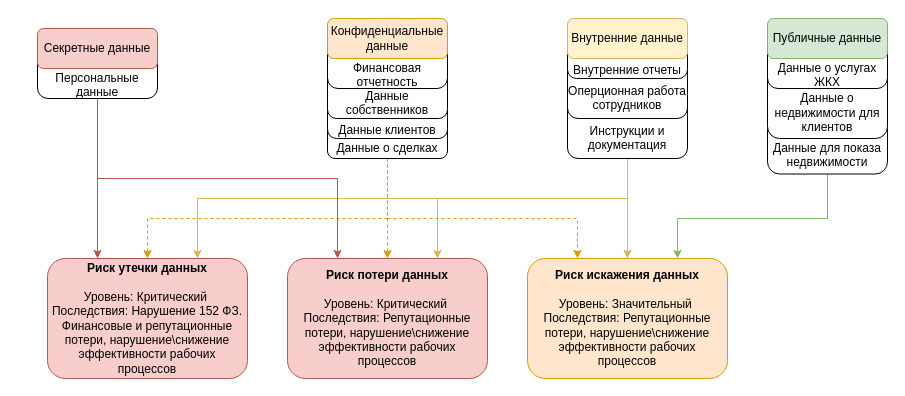
Before: Task1/diag.drawio in boooec/architecture-propdevelopment, a draw.io diagram. Source tidied: cells renumbered, new cells numbered last; positions are measured from the earlier drawing's top-left corner, leaving out a move shared by most shapes. Both pictures are drawn from the tidied source at 100%, with x=0, y=0 at pixel (37, 18).
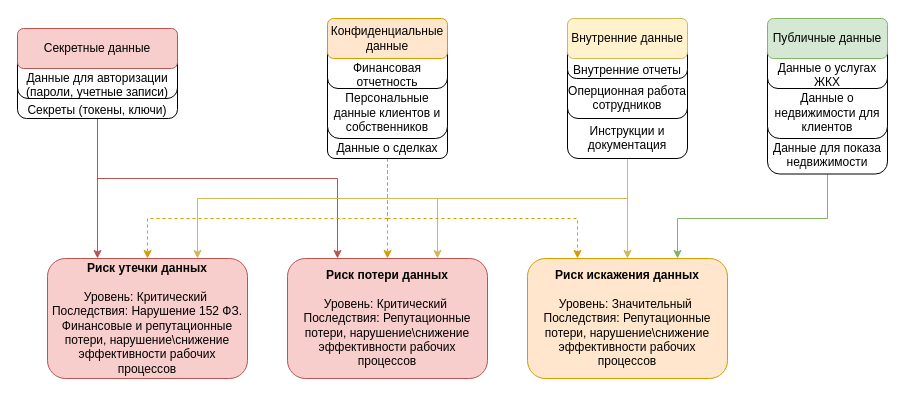
After the change.

The change refers to these unchanged cells:
```xml
<mxCell id="26" value="&lt;div&gt;&lt;b&gt;Риск потери данных&lt;/b&gt;&lt;/div&gt;&lt;div&gt;&lt;b&gt;&lt;br&gt;&lt;/b&gt;&lt;/div&gt;&lt;div&gt;Уровень: Критический&amp;nbsp;&lt;/div&gt;&lt;div&gt;Последствия: Репутационные потери, нарушение\снижение эффективности рабочих процессов&lt;/div&gt;" style="rounded=1;whiteSpace=wrap;html=1;fillColor=#f8cecc;strokeColor=#b85450;" parent="1" vertex="1">
  <mxGeometry x="250" y="240" width="200" height="120" as="geometry" />
</mxCell>
<mxCell id="27" value="&lt;div&gt;&lt;b&gt;Риск утечки данных&lt;/b&gt;&lt;/div&gt;&lt;div&gt;&lt;br&gt;&lt;/div&gt;&lt;div&gt;Уровень: Критический&amp;nbsp;&lt;/div&gt;&lt;div&gt;Последствия: Нарушение 152 ФЗ. Финансовые и репутационные потери, нарушение\снижение эффективности рабочих процессов&lt;/div&gt;" style="rounded=1;whiteSpace=wrap;html=1;fillColor=#f8cecc;strokeColor=#b85450;" parent="1" vertex="1">
  <mxGeometry x="10" y="240" width="200" height="120" as="geometry" />
</mxCell>
```

Diff of the diagram source:
```diff
@@
+    <mxCell id="19" style="edgeStyle=orthogonalEdgeStyle;rounded=0;jettySize=auto;html=1;exitX=0.5;exitY=1;exitDx=0;exitDy=0;entryX=0.25;entryY=0;entryDx=0;entryDy=0;fillColor=#f8cecc;strokeColor=#b85450;" parent="1" edge="1" source="21" target="27">
+      <mxGeometry relative="1" as="geometry" />
+    </mxCell>
+    <mxCell id="20" style="edgeStyle=orthogonalEdgeStyle;rounded=0;jettySize=auto;html=1;exitX=0.5;exitY=1;exitDx=0;exitDy=0;entryX=0.25;entryY=0;entryDx=0;entryDy=0;fillColor=#f8cecc;strokeColor=#b85450;" parent="1" edge="1" source="21" target="26">
+      <mxGeometry relative="1" as="geometry" />
+    </mxCell>
+    <mxCell id="29" value="&lt;div&gt;&lt;br&gt;&lt;/div&gt;&lt;div&gt;&lt;br&gt;&lt;/div&gt;&lt;div&gt;&lt;br&gt;&lt;/div&gt;&lt;div&gt;Секреты (токены, ключи)&lt;/div&gt;" style="rounded=1;whiteSpace=wrap;html=1;" parent="1" vertex="1">
+      <mxGeometry x="-20" y="40" width="160" height="60" as="geometry" />
+    </mxCell>
@@
-    <mxCell id="16" value="&lt;div&gt;&lt;br&gt;&lt;/div&gt;&lt;div&gt;&lt;br&gt;&lt;/div&gt;&lt;div&gt;&lt;br&gt;&lt;/div&gt;Данные клиентов" style="rounded=1;whiteSpace=wrap;html=1;" parent="1" vertex="1">
-      <mxGeometry x="290" y="60" width="120" height="60" as="geometry" />
+    <mxCell id="16" value="&lt;div&gt;&lt;br&gt;&lt;/div&gt;&lt;div&gt;&lt;br&gt;&lt;/div&gt;Персональные данные клиентов и собственников" style="rounded=1;whiteSpace=wrap;html=1;" parent="1" vertex="1">
+      <mxGeometry x="290" y="40" width="120" height="80" as="geometry" />
     </mxCell>
-    <mxCell id="17" value="&lt;div&gt;&lt;br&gt;&lt;/div&gt;&lt;div&gt;&lt;br&gt;&lt;/div&gt;Данные собственников" style="rounded=1;whiteSpace=wrap;html=1;" parent="1" vertex="1">
-      <mxGeometry x="290" y="40" width="120" height="60" as="geometry" />
-    </mxCell>
@@
-    <mxCell id="19" style="edgeStyle=orthogonalEdgeStyle;rounded=0;jettySize=auto;html=1;exitX=0.5;exitY=1;exitDx=0;exitDy=0;entryX=0.25;entryY=0;entryDx=0;entryDy=0;fillColor=#f8cecc;strokeColor=#b85450;" parent="1" edge="1" source="21" target="27">
-      <mxGeometry relative="1" as="geometry" />
-    </mxCell>
-    <mxCell id="20" style="edgeStyle=orthogonalEdgeStyle;rounded=0;jettySize=auto;html=1;exitX=0.5;exitY=1;exitDx=0;exitDy=0;entryX=0.25;entryY=0;entryDx=0;entryDy=0;fillColor=#f8cecc;strokeColor=#b85450;" parent="1" edge="1" source="21" target="26">
-      <mxGeometry relative="1" as="geometry" />
-    </mxCell>
-    <mxCell id="21" value="&lt;div&gt;&lt;br&gt;&lt;/div&gt;&lt;div&gt;&lt;br&gt;&lt;/div&gt;&lt;div&gt;&lt;br&gt;&lt;/div&gt;Персональные данные" style="rounded=1;whiteSpace=wrap;html=1;" parent="1" vertex="1">
-      <mxGeometry y="10" width="120" height="70" as="geometry" />
+    <mxCell id="21" value="&lt;div&gt;&lt;br&gt;&lt;/div&gt;&lt;div&gt;&lt;br&gt;&lt;/div&gt;&lt;div&gt;&lt;br&gt;&lt;/div&gt;&lt;div&gt;Данные для авторизации (пароли, учетные записи)&lt;/div&gt;" style="rounded=1;whiteSpace=wrap;html=1;" parent="1" vertex="1">
+      <mxGeometry x="-20" y="10" width="160" height="70" as="geometry" />
     </mxCell>
@@
     <mxCell id="25" value="Секретные данные" style="rounded=1;whiteSpace=wrap;html=1;fillColor=#f8cecc;strokeColor=#b85450;" parent="1" vertex="1">
-      <mxGeometry y="10" width="120" height="40" as="geometry" />
+      <mxGeometry x="-20" y="10" width="160" height="40" as="geometry" />
     </mxCell>
```
